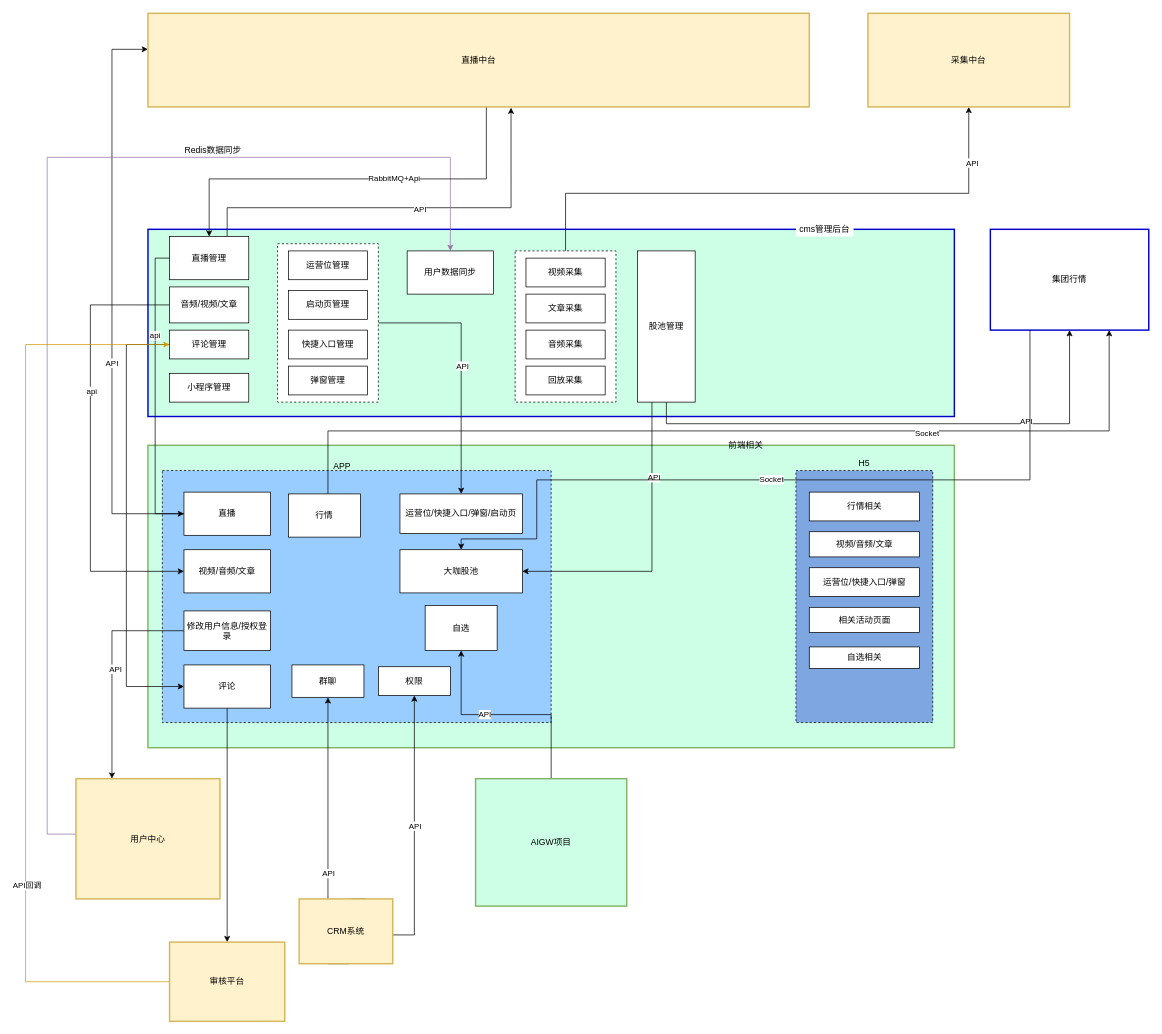
wjh756381193/learn keeps this draw.io diagram as Untitled Diagram.drawio. Above is the earlier version. Source tidied: cells renumbered, new cells numbered last; positions are measured from the earlier drawing's top-left corner, leaving out a move shared by most shapes. Both pictures are drawn from the tidied source at 72%, with x=0, y=0 at pixel (25, 13).
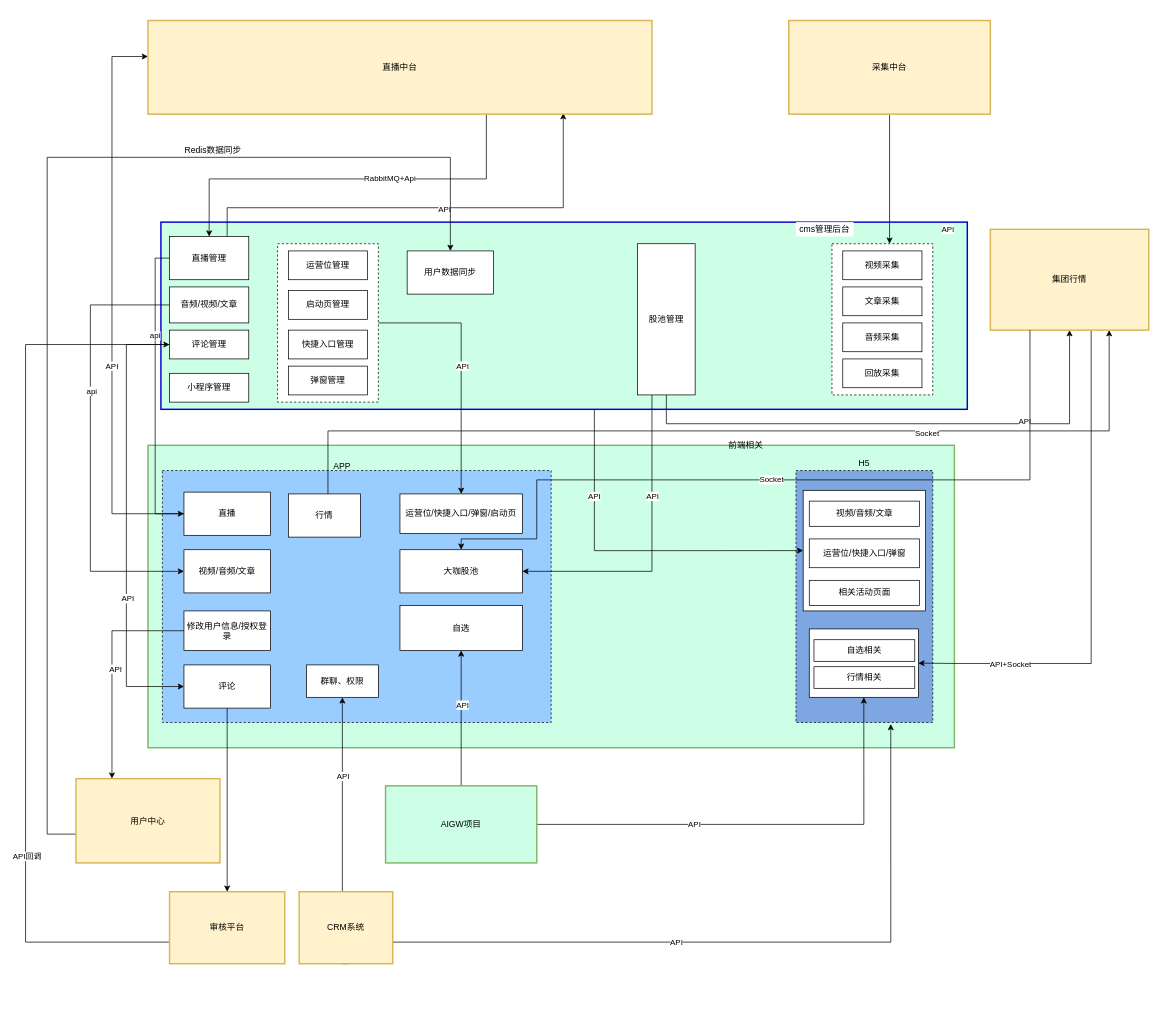
The same diagram, later.

Commit message:
西瓜系统拓扑图

The change refers to these unchanged cells:
```xml
<mxCell id="7" value="直播" style="rounded=0;whiteSpace=wrap;html=1;" parent="1" vertex="1">
  <mxGeometry x="220" y="665" width="120" height="60" as="geometry" />
</mxCell>
<mxCell id="40" value="直播管理" style="rounded=0;whiteSpace=wrap;html=1;" parent="1" vertex="1">
  <mxGeometry x="200" y="310" width="110" height="60" as="geometry" />
</mxCell>
<mxCell id="44" style="edgeStyle=orthogonalEdgeStyle;rounded=0;jettySize=auto;html=1;entryX=0;entryY=0.5;entryDx=0;entryDy=0;" parent="1" edge="1" source="45" target="13">
  <mxGeometry relative="1" as="geometry">
    <Array as="points">
      <mxPoint x="140" y="460" />
      <mxPoint x="140" y="935" />
    </Array>
  </mxGeometry>
</mxCell>
<mxCell id="63" value="用户数据同步" style="rounded=0;whiteSpace=wrap;html=1;" parent="1" vertex="1">
  <mxGeometry x="530" y="330" width="120" height="60" as="geometry" />
</mxCell>
<mxCell id="74" style="edgeStyle=orthogonalEdgeStyle;rounded=0;jettySize=auto;html=1;exitX=0.25;exitY=1;exitDx=0;exitDy=0;entryX=1;entryY=0.5;entryDx=0;entryDy=0;" parent="1" edge="1" source="72" target="78">
  <mxGeometry relative="1" as="geometry" />
</mxCell>
```

Change to the diagram source:
```diff
@@
+    <mxCell id="4" style="rounded=0;whiteSpace=wrap;html=1;dashed=1;fillColor=#7EA6E0;" parent="1" vertex="1">
+      <mxGeometry x="1070" y="635" width="190" height="350" as="geometry" />
+    </mxCell>
+    <mxCell id="84" style="rounded=0;whiteSpace=wrap;html=1;" parent="1" vertex="1">
+      <mxGeometry x="1080" y="662.5" width="170" height="167.5" as="geometry" />
+    </mxCell>
+    <mxCell id="85" style="rounded=0;whiteSpace=wrap;html=1;" parent="1" vertex="1">
+      <mxGeometry x="1088.5" y="855" width="151.5" height="95" as="geometry" />
+    </mxCell>
@@
-    <mxCell id="4" style="rounded=0;whiteSpace=wrap;html=1;dashed=1;fillColor=#7EA6E0;" parent="1" vertex="1">
-      <mxGeometry x="1070" y="635" width="190" height="350" as="geometry" />
-    </mxCell>
     <mxCell id="5" style="edgeStyle=orthogonalEdgeStyle;rounded=0;jettySize=auto;html=1;" parent="1" edge="1" source="7" target="67">
       <mxGeometry relative="1" as="geometry">
         <Array as="points">
           <mxPoint x="120" y="695" />
-          <mxPoint x="120" y="50" />
+          <mxPoint x="120" y="60" />
         </Array>
       </mxGeometry>
     </mxCell>
@@
-    <mxCell id="15" style="edgeStyle=orthogonalEdgeStyle;rounded=0;jettySize=auto;html=1;exitX=0.711;exitY=0;exitDx=0;exitDy=0;exitPerimeter=0;" parent="1" edge="1" source="80" target="17">
-      <mxGeometry relative="1" as="geometry">
-        <Array as="points">
-          <mxPoint x="453" y="1280" />
-          <mxPoint x="540" y="1280" />
-        </Array>
-      </mxGeometry>
-    </mxCell>
-    <mxCell id="16" value="API" style="edgeLabel;html=1;align=center;verticalAlign=middle;" parent="15" vertex="1">
-      <mxGeometry x="0.26" relative="1" as="geometry" />
-    </mxCell>
-    <mxCell id="17" value="权限" style="rounded=0;whiteSpace=wrap;html=1;" parent="1" vertex="1">
-      <mxGeometry x="490" y="907.5" width="100" height="40" as="geometry" />
-    </mxCell>
@@
     <mxCell id="23" value="自选" style="rounded=0;whiteSpace=wrap;html=1;" parent="1" vertex="1">
-      <mxGeometry x="555" y="822.5" width="100" height="62.5" as="geometry" />
+      <mxGeometry x="520" y="822.5" width="170" height="62.5" as="geometry" />
     </mxCell>
-    <mxCell id="24" value="行情相关" style="rounded=0;whiteSpace=wrap;html=1;" parent="1" vertex="1">
-      <mxGeometry x="1088.5" y="665" width="153" height="40" as="geometry" />
-    </mxCell>
     <mxCell id="25" value="视频/音频/文章" style="rounded=0;whiteSpace=wrap;html=1;" parent="1" vertex="1">
-      <mxGeometry x="1088.5" y="720" width="153" height="35" as="geometry" />
+      <mxGeometry x="1088.5" y="677.5" width="153" height="35" as="geometry" />
     </mxCell>
     <mxCell id="26" value="运营位/快捷入口/弹窗" style="rounded=0;whiteSpace=wrap;html=1;" parent="1" vertex="1">
-      <mxGeometry x="1088.5" y="770" width="153" height="40" as="geometry" />
+      <mxGeometry x="1088.5" y="730" width="153" height="40" as="geometry" />
     </mxCell>
     <mxCell id="27" value="相关活动页面" style="rounded=0;whiteSpace=wrap;html=1;" parent="1" vertex="1">
-      <mxGeometry x="1088.5" y="825" width="153" height="35" as="geometry" />
+      <mxGeometry x="1088.5" y="787.5" width="153" height="35" as="geometry" />
     </mxCell>
+    <mxCell id="86" style="edgeStyle=orthogonalEdgeStyle;rounded=0;jettySize=auto;html=1;entryX=0;entryY=0.5;entryDx=0;entryDy=0;" parent="1" edge="1" source="28" target="84">
+      <mxGeometry relative="1" as="geometry">
+        <Array as="points">
+          <mxPoint x="790" y="746" />
+        </Array>
+      </mxGeometry>
+    </mxCell>
+    <mxCell id="87" value="API" style="edgeLabel;html=1;align=center;verticalAlign=middle;" parent="86" vertex="1">
+      <mxGeometry x="-0.8" y="-1" relative="1" as="geometry">
+        <mxPoint y="71" as="offset" />
+      </mxGeometry>
+    </mxCell>
     <mxCell id="28" style="rounded=0;whiteSpace=wrap;html=1;strokeWidth=2;strokeColor=#0000CC;fillColor=#CCFFE6;" parent="1" vertex="1">
-      <mxGeometry x="170" y="300" width="1120" height="260" as="geometry" />
+      <mxGeometry x="188" y="290" width="1120" height="260" as="geometry" />
     </mxCell>
     <mxCell id="29" value="自选相关" style="rounded=0;whiteSpace=wrap;html=1;" parent="1" vertex="1">
-      <mxGeometry x="1088.5" y="880" width="153" height="30" as="geometry" />
+      <mxGeometry x="1095" y="870" width="140" height="30" as="geometry" />
     </mxCell>
     <mxCell id="30" style="edgeStyle=orthogonalEdgeStyle;rounded=0;jettySize=auto;html=1;exitX=0.525;exitY=0;exitDx=0;exitDy=0;exitPerimeter=0;" parent="1" edge="1" source="80" target="32">
       <mxGeometry relative="1" as="geometry">
         <Array as="points">
-          <mxPoint x="420" y="1320" />
+          <mxPoint x="448" y="1320" />
+          <mxPoint x="440" y="1320" />
         </Array>
       </mxGeometry>
     </mxCell>
     <mxCell id="31" value="API" style="edgeLabel;html=1;align=center;verticalAlign=middle;" parent="30" vertex="1">
-      <mxGeometry relative="1" as="geometry" />
+      <mxGeometry relative="1" as="geometry">
+        <mxPoint y="-130" as="offset" />
+      </mxGeometry>
     </mxCell>
-    <mxCell id="32" value="群聊" style="rounded=0;whiteSpace=wrap;html=1;" parent="1" vertex="1">
-      <mxGeometry x="370" y="905" width="100" height="45" as="geometry" />
+    <mxCell id="32" value="群聊、权限" style="rounded=0;whiteSpace=wrap;html=1;" parent="1" vertex="1">
+      <mxGeometry x="390" y="905" width="100" height="45" as="geometry" />
     </mxCell>
@@
-    <mxCell id="38" style="edgeStyle=orthogonalEdgeStyle;rounded=0;jettySize=auto;html=1;entryX=0.549;entryY=1.008;entryDx=0;entryDy=0;entryPerimeter=0;" parent="1" edge="1" source="40" target="67">
+    <mxCell id="38" style="edgeStyle=orthogonalEdgeStyle;rounded=0;jettySize=auto;html=1;entryX=0.824;entryY=0.99;entryDx=0;entryDy=0;entryPerimeter=0;" parent="1" edge="1" source="40" target="67">
       <mxGeometry relative="1" as="geometry">
         <Array as="points">
           <mxPoint x="280" y="270" />
-          <mxPoint x="674" y="270" />
+          <mxPoint x="747" y="270" />
         </Array>
       </mxGeometry>
     </mxCell>
@@
+    <mxCell id="88" value="API" style="edgeLabel;html=1;align=center;verticalAlign=middle;" parent="44" vertex="1">
+      <mxGeometry x="0.34" y="1" relative="1" as="geometry" />
+    </mxCell>
@@
-    <mxCell id="54" style="edgeStyle=orthogonalEdgeStyle;rounded=0;jettySize=auto;html=1;entryX=0.5;entryY=1;entryDx=0;entryDy=0;" parent="1" edge="1" source="56" target="68">
+    <mxCell id="54" style="edgeStyle=orthogonalEdgeStyle;rounded=0;jettySize=auto;html=1;exitX=0.5;exitY=1;exitDx=0;exitDy=0;" parent="1" edge="1" source="68" target="56">
       <mxGeometry relative="1" as="geometry">
         <Array as="points">
-          <mxPoint x="750" y="250" />
-          <mxPoint x="1310" y="250" />
+          <mxPoint x="1200" y="140" />
         </Array>
       </mxGeometry>
     </mxCell>
     <mxCell id="55" value="API" style="edgeLabel;html=1;align=center;verticalAlign=middle;" parent="54" vertex="1">
       <mxGeometry x="0.8" y="-3" relative="1" as="geometry">
-        <mxPoint x="1" y="1" as="offset" />
+        <mxPoint x="83" y="-3" as="offset" />
       </mxGeometry>
     </mxCell>
     <mxCell id="56" style="rounded=0;whiteSpace=wrap;html=1;dashed=1;" parent="1" vertex="1">
-      <mxGeometry x="680" y="330" width="140" height="210" as="geometry" />
+      <mxGeometry x="1120" y="320" width="140" height="210" as="geometry" />
     </mxCell>
     <mxCell id="57" value="视频采集" style="rounded=0;whiteSpace=wrap;html=1;" parent="1" vertex="1">
-      <mxGeometry x="695" y="340" width="110" height="40" as="geometry" />
+      <mxGeometry x="1135" y="330" width="110" height="40" as="geometry" />
     </mxCell>
     <mxCell id="58" value="回放采集" style="rounded=0;whiteSpace=wrap;html=1;" parent="1" vertex="1">
-      <mxGeometry x="695" y="490" width="110" height="40" as="geometry" />
+      <mxGeometry x="1135" y="480" width="110" height="40" as="geometry" />
     </mxCell>
     <mxCell id="59" value="音频采集" style="rounded=0;whiteSpace=wrap;html=1;" parent="1" vertex="1">
-      <mxGeometry x="695" y="440" width="110" height="40" as="geometry" />
+      <mxGeometry x="1135" y="430" width="110" height="40" as="geometry" />
     </mxCell>
     <mxCell id="60" value="文章采集" style="rounded=0;whiteSpace=wrap;html=1;" parent="1" vertex="1">
-      <mxGeometry x="695" y="390" width="110" height="40" as="geometry" />
+      <mxGeometry x="1135" y="380" width="110" height="40" as="geometry" />
     </mxCell>
-    <mxCell id="61" style="edgeStyle=orthogonalEdgeStyle;rounded=0;jettySize=auto;html=1;entryX=0.5;entryY=0;entryDx=0;entryDy=0;fillColor=#e1d5e7;strokeColor=#9673a6;" parent="1" edge="1" source="62" target="63">
+    <mxCell id="61" style="edgeStyle=orthogonalEdgeStyle;rounded=0;jettySize=auto;html=1;entryX=0.5;entryY=0;entryDx=0;entryDy=0;fillColor=#e1d5e7;" parent="1" edge="1" source="62" target="63">
       <mxGeometry relative="1" as="geometry">
         <Array as="points">
           <mxPoint x="30" y="1140" />
           <mxPoint x="30" y="200" />
           <mxPoint x="590" y="200" />
         </Array>
       </mxGeometry>
     </mxCell>
     <mxCell id="62" value="用户中心" style="rounded=0;whiteSpace=wrap;html=1;strokeWidth=2;strokeColor=#d6b656;fillColor=#fff2cc;" parent="1" vertex="1">
-      <mxGeometry x="70" y="1063" width="200" height="167" as="geometry" />
+      <mxGeometry x="70" y="1063" width="200" height="117" as="geometry" />
     </mxCell>
@@
     <mxCell id="67" value="直播中台" style="rounded=0;whiteSpace=wrap;html=1;strokeWidth=2;fillColor=#fff2cc;strokeColor=#d6b656;" parent="1" vertex="1">
-      <mxGeometry x="170" width="918.5" height="130" as="geometry" />
+      <mxGeometry x="170" y="10" width="700" height="130" as="geometry" />
     </mxCell>
     <mxCell id="68" value="采集中台" style="rounded=0;whiteSpace=wrap;html=1;strokeWidth=2;fillColor=#fff2cc;strokeColor=#d6b656;" parent="1" vertex="1">
-      <mxGeometry x="1170" width="280" height="130" as="geometry" />
+      <mxGeometry x="1060" y="10" width="280" height="130" as="geometry" />
     </mxCell>
@@
     <mxCell id="72" value="股池管理" style="rounded=0;whiteSpace=wrap;html=1;strokeWidth=1;fillColor=#ffffff;" parent="1" vertex="1">
-      <mxGeometry x="850" y="330" width="80" height="210" as="geometry" />
+      <mxGeometry x="850" y="320" width="80" height="210" as="geometry" />
     </mxCell>
+    <mxCell id="89" style="edgeStyle=orthogonalEdgeStyle;rounded=0;jettySize=auto;html=1;entryX=1;entryY=0.5;entryDx=0;entryDy=0;" parent="1" edge="1" source="73" target="85">
+      <mxGeometry relative="1" as="geometry">
+        <Array as="points">
+          <mxPoint x="1480" y="903" />
+          <mxPoint x="1290" y="903" />
+        </Array>
+      </mxGeometry>
+    </mxCell>
+    <mxCell id="90" value="API+Socket" style="edgeLabel;html=1;align=center;verticalAlign=middle;" parent="89" vertex="1">
+      <mxGeometry x="0.64" y="1" relative="1" as="geometry" />
+    </mxCell>
-    <mxCell id="73" value="集团行情" style="rounded=0;whiteSpace=wrap;html=1;strokeWidth=2;fillColor=#ffffff;strokeColor=#0000CC;" parent="1" vertex="1">
+    <mxCell id="73" value="集团行情" style="rounded=0;whiteSpace=wrap;html=1;strokeWidth=2;fillColor=#fff2cc;strokeColor=#d6b656;" parent="1" vertex="1">
       <mxGeometry x="1340" y="300" width="220" height="140" as="geometry" />
     </mxCell>
@@
     <mxCell id="75" value="API" style="edgeLabel;html=1;align=center;verticalAlign=middle;" parent="74" vertex="1">
-      <mxGeometry x="-0.5" y="2" relative="1" as="geometry" />
+      <mxGeometry x="-0.5" y="2" relative="1" as="geometry">
+        <mxPoint x="-2" y="34" as="offset" />
+      </mxGeometry>
     </mxCell>
@@
+    <mxCell id="91" style="edgeStyle=orthogonalEdgeStyle;rounded=0;jettySize=auto;html=1;entryX=0.5;entryY=1;entryDx=0;entryDy=0;" parent="1" edge="1" source="79" target="85">
+      <mxGeometry relative="1" as="geometry" />
+    </mxCell>
+    <mxCell id="92" value="API" style="edgeLabel;html=1;align=center;verticalAlign=middle;" parent="91" vertex="1">
+      <mxGeometry x="-0.31" y="1" relative="1" as="geometry">
+        <mxPoint y="1" as="offset" />
+      </mxGeometry>
+    </mxCell>
     <mxCell id="79" value="AIGW项目" style="rounded=0;whiteSpace=wrap;html=1;strokeWidth=2;strokeColor=#82b366;fillColor=#CCFFE6;" parent="1" vertex="1">
-      <mxGeometry x="625" y="1063" width="210" height="177" as="geometry" />
+      <mxGeometry x="500" y="1073" width="210" height="107" as="geometry" />
     </mxCell>
+    <mxCell id="93" style="edgeStyle=orthogonalEdgeStyle;rounded=0;jettySize=auto;html=1;entryX=0.693;entryY=1.006;entryDx=0;entryDy=0;entryPerimeter=0;" parent="1" edge="1" source="80" target="4">
+      <mxGeometry relative="1" as="geometry">
+        <Array as="points">
+          <mxPoint x="1202" y="1290" />
+        </Array>
+      </mxGeometry>
+    </mxCell>
+    <mxCell id="94" value="API" style="edgeLabel;html=1;align=center;verticalAlign=middle;" parent="93" vertex="1">
+      <mxGeometry x="-0.21" y="1" relative="1" as="geometry" />
+    </mxCell>
     <mxCell id="80" value="CRM系统" style="rounded=0;whiteSpace=wrap;html=1;strokeColor=#d6b656;strokeWidth=2;fillColor=#fff2cc;" parent="1" vertex="1">
-      <mxGeometry x="380" y="1230" width="130" height="90" as="geometry" />
+      <mxGeometry x="380" y="1220" width="130" height="100" as="geometry" />
     </mxCell>
-    <mxCell id="81" style="edgeStyle=orthogonalEdgeStyle;rounded=0;jettySize=auto;html=1;fillColor=#ffe6cc;strokeColor=#d79b00;" parent="1" edge="1" source="83">
+    <mxCell id="81" style="edgeStyle=orthogonalEdgeStyle;rounded=0;jettySize=auto;html=1;fillColor=#ffe6cc;" parent="1" edge="1" source="83">
       <mxGeometry relative="1" as="geometry">
         <mxPoint x="200" y="460" as="targetPoint" />
         <Array as="points">
-          <mxPoint y="1345" />
+          <mxPoint y="1290" />
           <mxPoint y="460" />
         </Array>
       </mxGeometry>
     </mxCell>
@@
     <mxCell id="83" value="审核平台" style="rounded=0;whiteSpace=wrap;html=1;strokeColor=#d6b656;strokeWidth=2;fillColor=#fff2cc;" parent="1" vertex="1">
-      <mxGeometry x="200" y="1290" width="160" height="110" as="geometry" />
+      <mxGeometry x="200" y="1220" width="160" height="100" as="geometry" />
     </mxCell>
+    <mxCell id="24" value="行情相关" style="rounded=0;whiteSpace=wrap;html=1;" parent="1" vertex="1">
+      <mxGeometry x="1095" y="907.5" width="140" height="30" as="geometry" />
+    </mxCell>
```
